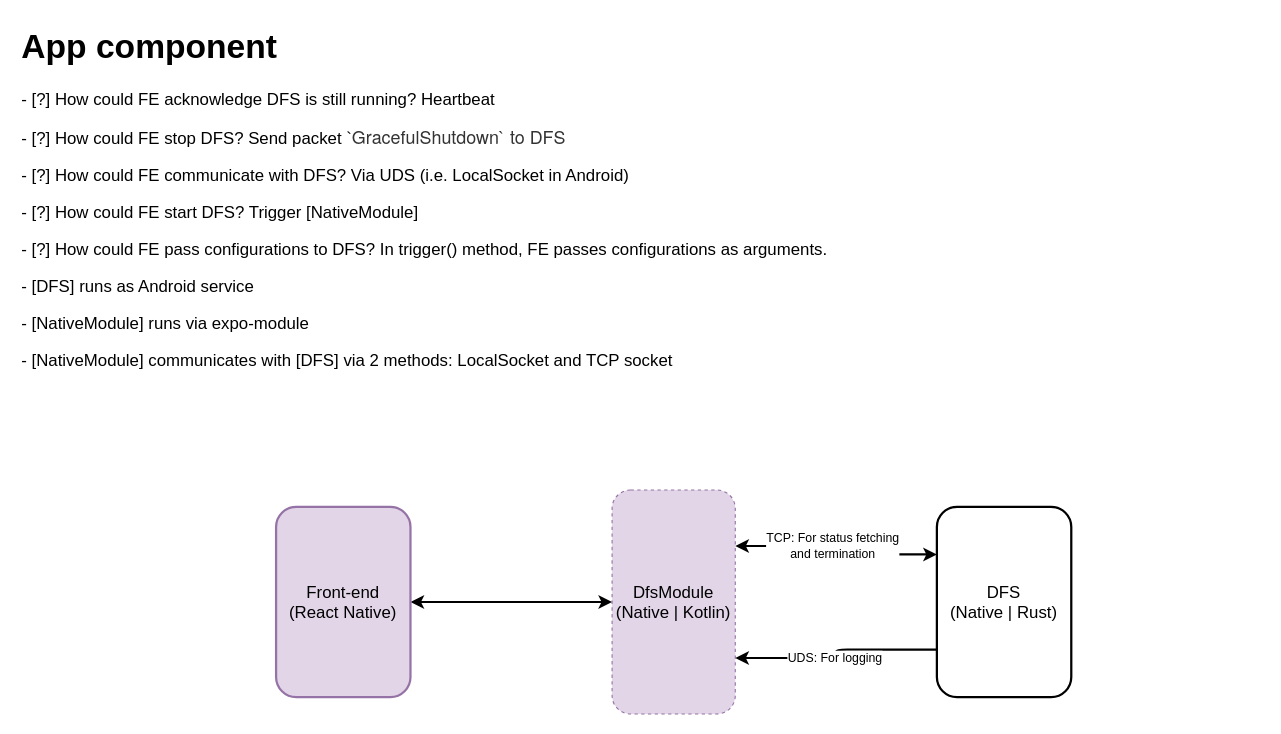
Above: page "app-component" (1 of 7) of front-end/design.drawio in hoanghl/xbutler-document (draw.io), before the change. Source tidied: cells renumbered, new cells numbered last; positions are measured from the earlier drawing's top-left corner, leaving out a move shared by most shapes. Both pictures are drawn from the tidied source at 112%, with x=0, y=0 at pixel (19, 19).
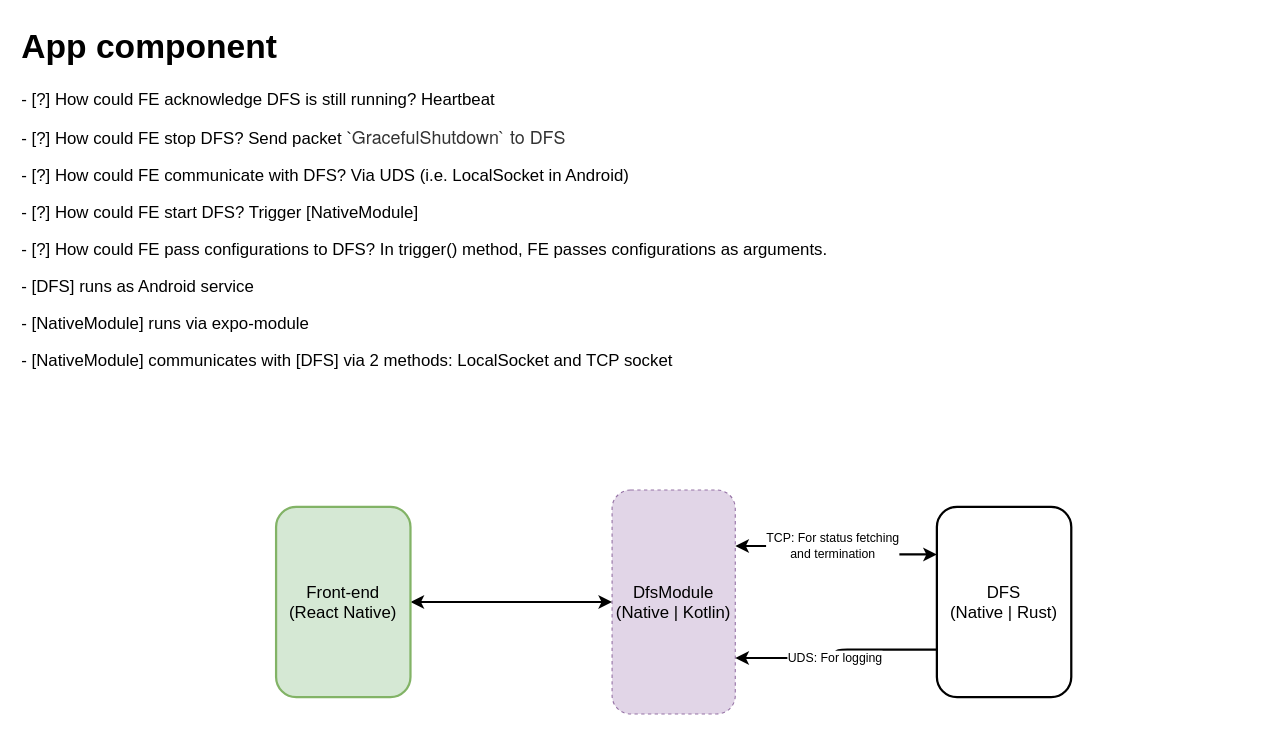
Above is the later version.

What changed in the source:
```diff
@@
 <mxGraphModel>
   <root>
     <mxCell id="0" />
     <mxCell id="1" parent="0" />
     <mxCell id="2" value="&lt;font style=&quot;font-size: 15px;&quot;&gt;DfsModule&lt;/font&gt;&lt;div&gt;&lt;font style=&quot;font-size: 15px;&quot;&gt;(Native | Kotlin)&lt;/font&gt;&lt;/div&gt;" style="rounded=1;whiteSpace=wrap;html=1;dashed=1;fillColor=#e1d5e7;strokeColor=#9673a6;" parent="1" vertex="1">
       <mxGeometry x="529" y="420" width="110" height="200" as="geometry" />
     </mxCell>
     <mxCell id="3" style="edgeStyle=orthogonalEdgeStyle;rounded=0;jettySize=auto;html=1;exitX=1;exitY=0.5;exitDx=0;exitDy=0;entryX=0;entryY=0.5;entryDx=0;entryDy=0;strokeWidth=2;startArrow=classic;startFill=1;" parent="1" edge="1" source="4" target="2">
       <mxGeometry relative="1" as="geometry" />
     </mxCell>
-    <mxCell id="4" value="&lt;font&gt;Front-end&lt;/font&gt;&lt;div&gt;&lt;font&gt;(React Native)&lt;/font&gt;&lt;/div&gt;" style="rounded=1;whiteSpace=wrap;html=1;strokeWidth=2;fontSize=15;fillColor=#e1d5e7;strokeColor=#9673a6;" parent="1" vertex="1">
+    <mxCell id="4" value="&lt;font&gt;Front-end&lt;/font&gt;&lt;div&gt;&lt;font&gt;(React Native)&lt;/font&gt;&lt;/div&gt;" style="rounded=1;whiteSpace=wrap;html=1;strokeWidth=2;fontSize=15;fillColor=#d5e8d4;strokeColor=#82b366;" parent="1" vertex="1">
       <mxGeometry x="229" y="435" width="120" height="170" as="geometry" />
     </mxCell>
     <mxCell id="5" value="&lt;span&gt;DFS&lt;/span&gt;&lt;div&gt;&lt;span&gt;(Native | Rust)&lt;/span&gt;&lt;/div&gt;" style="rounded=1;whiteSpace=wrap;html=1;strokeWidth=2;fontSize=15;" parent="1" vertex="1">
       <mxGeometry x="819" y="435" width="120" height="170" as="geometry" />
     </mxCell>
     <mxCell id="6" value="&lt;h1 style=&quot;margin-top: 0px;&quot;&gt;App component&lt;/h1&gt;&lt;p&gt;- [?] How could FE acknowledge DFS is still running? Heartbeat&lt;/p&gt;&lt;p&gt;- [?] How could FE stop DFS? Send packet `&lt;span style=&quot;background-color: rgb(255, 255, 255); color: rgb(51, 51, 51); font-family: &amp;quot;Helvetica Neue&amp;quot;, Helvetica, &amp;quot;Segoe UI&amp;quot;, Arial, freesans, sans-serif; font-size: 16px;&quot;&gt;GracefulShutdown` to DFS&lt;/span&gt;&lt;/p&gt;&lt;p&gt;- [?] How could FE communicate with DFS? Via UDS (i.e. LocalSocket in Android)&lt;/p&gt;&lt;p&gt;- [?] How could FE start DFS? Trigger [&lt;span style=&quot;text-align: center;&quot;&gt;NativeModule&lt;/span&gt;]&lt;/p&gt;&lt;p&gt;- [?] How could FE pass configurations to DFS? In trigger() method, FE passes configurations as arguments.&lt;/p&gt;&lt;p&gt;- [DFS] runs as Android service&lt;/p&gt;&lt;p&gt;- [&lt;span style=&quot;text-align: center;&quot;&gt;NativeModule&lt;/span&gt;] runs via expo-module&lt;/p&gt;&lt;p&gt;- [&lt;span style=&quot;text-align: center;&quot;&gt;NativeModule&lt;/span&gt;] communicates with [DFS] via 2 methods: LocalSocket and TCP socket&lt;/p&gt;" style="text;html=1;whiteSpace=wrap;overflow=hidden;rounded=0;fontSize=15;" parent="1" vertex="1">
       <mxGeometry width="1110" height="310" as="geometry" />
     </mxCell>
     <mxCell id="7" style="edgeStyle=orthogonalEdgeStyle;rounded=1;jettySize=auto;html=1;exitX=1;exitY=0.75;exitDx=0;exitDy=0;entryX=0;entryY=0.75;entryDx=0;entryDy=0;strokeWidth=2;startArrow=classic;startFill=1;curved=0;endArrow=none;endFill=0;" parent="1" edge="1" source="2" target="5">
       <mxGeometry relative="1" as="geometry" />
     </mxCell>
     <mxCell id="8" value="UDS: For logging" style="edgeLabel;html=1;align=center;verticalAlign=middle;fontFamily=Helvetica;fontSize=11;fontColor=default;labelBackgroundColor=default;" parent="7" vertex="1">
       <mxGeometry x="-0.06" y="1" relative="1" as="geometry" />
     </mxCell>
     <mxCell id="9" style="edgeStyle=orthogonalEdgeStyle;rounded=1;jettySize=auto;html=1;exitX=1;exitY=0.25;exitDx=0;exitDy=0;entryX=0;entryY=0.25;entryDx=0;entryDy=0;strokeWidth=2;startArrow=classic;startFill=1;curved=0;" parent="1" edge="1" source="2" target="5">
       <mxGeometry relative="1" as="geometry" />
     </mxCell>
     <mxCell id="10" value="TCP: For status fetching&lt;div&gt;and termination&lt;/div&gt;" style="edgeLabel;html=1;align=center;verticalAlign=middle;fontFamily=Helvetica;fontSize=11;fontColor=default;labelBackgroundColor=default;" parent="9" vertex="1">
       <mxGeometry x="-0.08" y="1" relative="1" as="geometry" />
     </mxCell>
   </root>
 </mxGraphModel>
```
